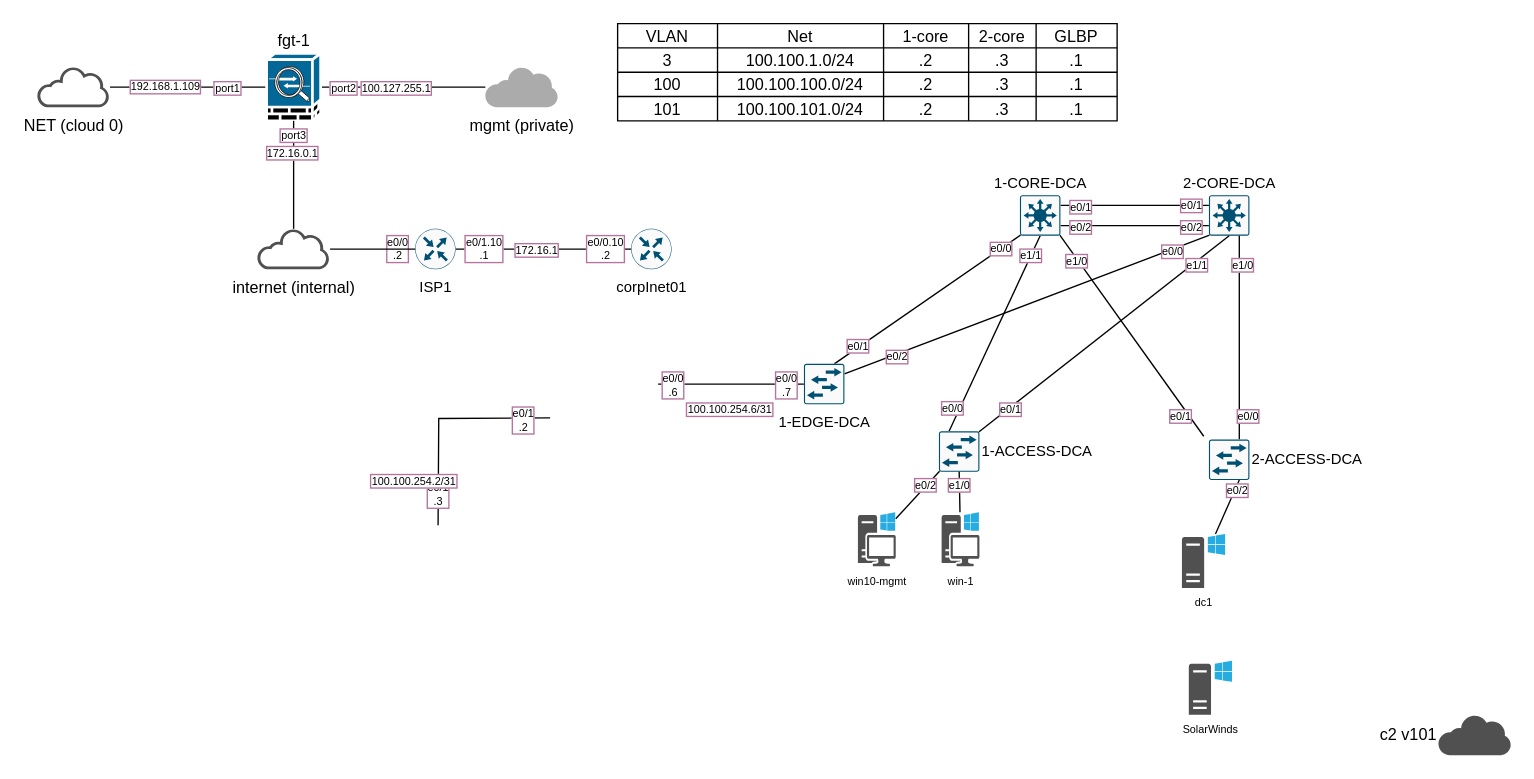
The draw.io diagram page "Overview" (3 of 5) of Lab_2.drawio in jtudong/drawings, before the edit. Source tidied: cells renumbered, new cells numbered last; positions are measured from the earlier drawing's top-left corner, leaving out a move shared by most shapes. Both pictures are drawn from the tidied source at 135%, with x=0, y=0 at pixel (36, 23).
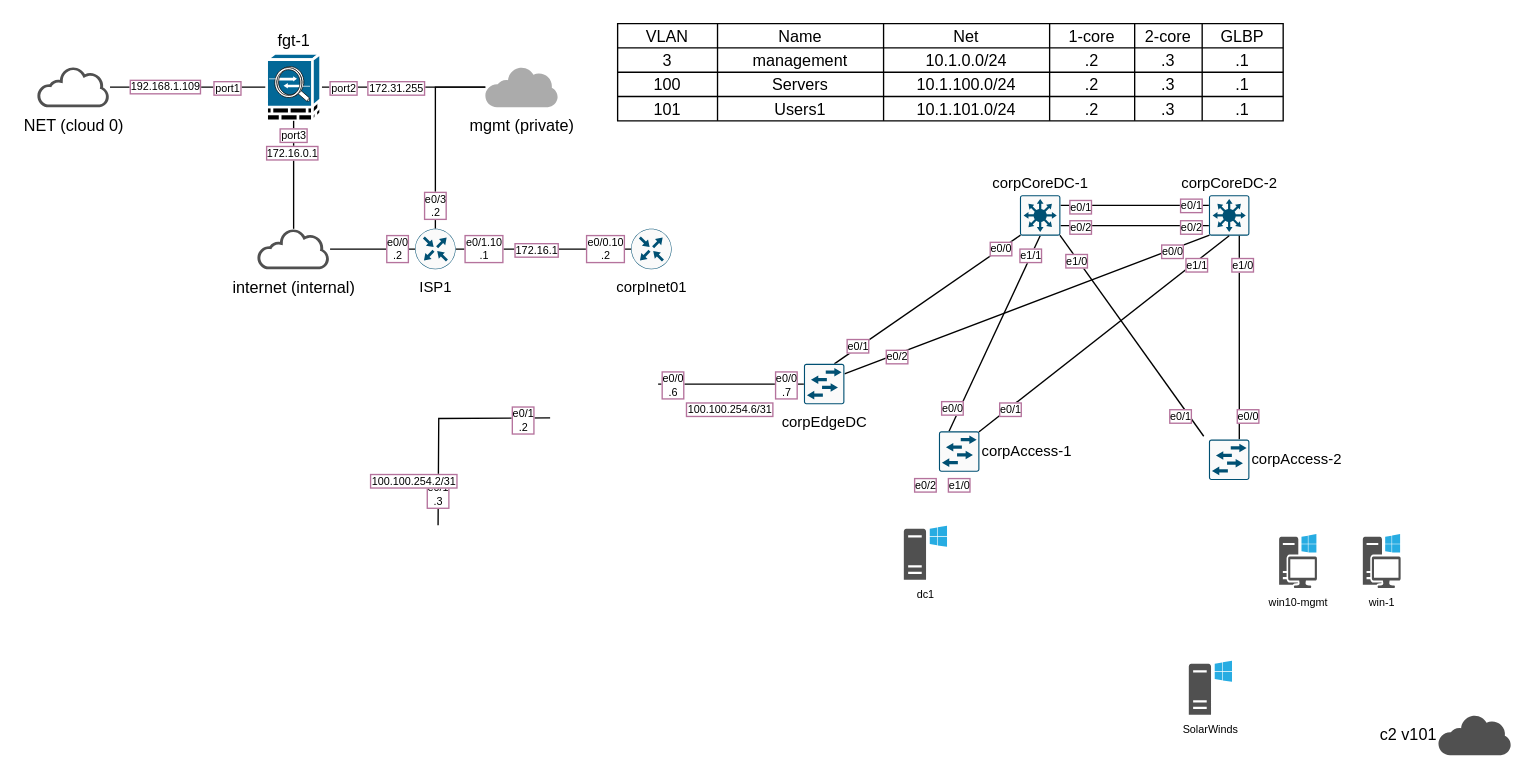
Above is the later version.

Unchanged cells that the change refers to:
```xml
<mxCell id="4" style="edgeStyle=orthogonalEdgeStyle;rounded=0;jettySize=auto;html=1;endFill=0;endArrow=none;" parent="1" edge="1" source="7" target="9">
  <mxGeometry relative="1" as="geometry" />
</mxCell>
<mxCell id="9" value="mgmt (private)" style="shadow=0;dashed=0;html=1;strokeColor=none;fillColor=#ABABAB;labelPosition=center;verticalLabelPosition=bottom;outlineConnect=0;verticalAlign=top;align=center;shape=mxgraph.office.clouds.private_cloud;fontColor=#000000;" parent="1" vertex="1">
  <mxGeometry x="332" y="32" width="54" height="30" as="geometry" />
</mxCell>
<mxCell id="10" style="edgeStyle=orthogonalEdgeStyle;rounded=0;jettySize=auto;html=1;endArrow=none;endFill=0;fontSize=11;" parent="1" edge="1" source="95" target="7">
  <mxGeometry relative="1" as="geometry" />
</mxCell>
<mxCell id="19" value="ISP1" style="points=[[0.5,0,0],[1,0.5,0],[0.5,1,0],[0,0.5,0],[0.145,0.145,0],[0.8555,0.145,0],[0.855,0.8555,0],[0.145,0.855,0]];verticalLabelPosition=bottom;html=1;verticalAlign=top;align=center;shape=mxgraph.cisco19.rect;prIcon=router;fillColor=#FAFAFA;strokeColor=#005073;labelBackgroundColor=#ffffff;fontSize=11;labelPosition=center;" parent="1" vertex="1">
  <mxGeometry x="280" y="152" width="30" height="30" as="geometry" />
</mxCell>
<mxCell id="95" value="internet (internal)" style="shadow=0;dashed=0;html=1;strokeColor=none;fillColor=#505050;labelPosition=center;verticalLabelPosition=bottom;outlineConnect=0;verticalAlign=top;align=center;shape=mxgraph.office.clouds.cloud;" parent="1" vertex="1">
  <mxGeometry x="163" y="152" width="54" height="30" as="geometry" />
</mxCell>
```

Change to the diagram source:
```diff
@@
+    <mxCell id="94" style="edgeStyle=orthogonalEdgeStyle;rounded=0;jettySize=auto;html=1;entryX=0;entryY=0.5;entryDx=0;entryDy=0;entryPerimeter=0;fontColor=#000000;endFill=0;endArrow=none;" parent="1" edge="1" source="95" target="19">
+      <mxGeometry relative="1" as="geometry" />
+    </mxCell>
@@
-    <mxCell id="6" value="100.127.255.1" style="edgeLabel;html=1;align=center;verticalAlign=middle;fontSize=8;labelBorderColor=#B5739D;" parent="4" vertex="1">
+    <mxCell id="6" value="172.31.255" style="edgeLabel;html=1;align=center;verticalAlign=middle;fontSize=8;labelBorderColor=#B5739D;" parent="4" vertex="1">
       <mxGeometry x="-0.17" y="-1" relative="1" as="geometry">
         <mxPoint x="4.2" y="-1" as="offset" />
       </mxGeometry>
     </mxCell>
@@
+    <mxCell id="96" style="edgeStyle=orthogonalEdgeStyle;rounded=0;jettySize=auto;html=1;entryX=0.5;entryY=0;entryDx=0;entryDy=0;entryPerimeter=0;endArrow=none;endFill=0;" parent="1" edge="1" source="9" target="19">
+      <mxGeometry relative="1" as="geometry" />
+    </mxCell>
@@
+    <mxCell id="97" value="e0/3&lt;br&gt;.2" style="edgeLabel;html=1;align=center;verticalAlign=middle;fontSize=8;labelBorderColor=#B5739D;absoluteArcSize=0;perimeter=rectanglePerimeter;" parent="10" vertex="1">
+      <mxGeometry x="-0.74" relative="1" as="geometry">
+        <mxPoint x="104" y="-8" as="offset" />
+      </mxGeometry>
+    </mxCell>
@@
-    <mxCell id="44" value="1-CORE-DCA" style="points=[[0.015,0.015,0],[0.985,0.015,0],[0.985,0.985,0],[0.015,0.985,0],[0.25,0,0],[0.5,0,0],[0.75,0,0],[1,0.25,0],[1,0.5,0],[1,0.75,0],[0.75,1,0],[0.5,1,0],[0.25,1,0],[0,0.75,0],[0,0.5,0],[0,0.25,0]];verticalLabelPosition=top;html=1;verticalAlign=bottom;align=center;shape=mxgraph.cisco19.rect;prIcon=l3_switch;fillColor=#FAFAFA;strokeColor=#005073;labelBackgroundColor=#ffffff;fontSize=11;labelPosition=center;" parent="1" vertex="1">
+    <mxCell id="44" value="corpCoreDC-1" style="points=[[0.015,0.015,0],[0.985,0.015,0],[0.985,0.985,0],[0.015,0.985,0],[0.25,0,0],[0.5,0,0],[0.75,0,0],[1,0.25,0],[1,0.5,0],[1,0.75,0],[0.75,1,0],[0.5,1,0],[0.25,1,0],[0,0.75,0],[0,0.5,0],[0,0.25,0]];verticalLabelPosition=top;html=1;verticalAlign=bottom;align=center;shape=mxgraph.cisco19.rect;prIcon=l3_switch;fillColor=#FAFAFA;strokeColor=#005073;labelBackgroundColor=#ffffff;fontSize=11;labelPosition=center;" parent="1" vertex="1">
       <mxGeometry x="728" y="127.1" width="30" height="30" as="geometry" />
     </mxCell>
@@
-    <mxCell id="48" value="2-CORE-DCA" style="points=[[0.015,0.015,0],[0.985,0.015,0],[0.985,0.985,0],[0.015,0.985,0],[0.25,0,0],[0.5,0,0],[0.75,0,0],[1,0.25,0],[1,0.5,0],[1,0.75,0],[0.75,1,0],[0.5,1,0],[0.25,1,0],[0,0.75,0],[0,0.5,0],[0,0.25,0]];verticalLabelPosition=top;html=1;verticalAlign=bottom;align=center;shape=mxgraph.cisco19.rect;prIcon=l3_switch;fillColor=#FAFAFA;strokeColor=#005073;labelBackgroundColor=#ffffff;fontSize=11;labelPosition=center;" parent="1" vertex="1">
+    <mxCell id="48" value="corpCoreDC-2" style="points=[[0.015,0.015,0],[0.985,0.015,0],[0.985,0.985,0],[0.015,0.985,0],[0.25,0,0],[0.5,0,0],[0.75,0,0],[1,0.25,0],[1,0.5,0],[1,0.75,0],[0.75,1,0],[0.5,1,0],[0.25,1,0],[0,0.75,0],[0,0.5,0],[0,0.25,0]];verticalLabelPosition=top;html=1;verticalAlign=bottom;align=center;shape=mxgraph.cisco19.rect;prIcon=l3_switch;fillColor=#FAFAFA;strokeColor=#005073;labelBackgroundColor=#ffffff;fontSize=11;labelPosition=center;" parent="1" vertex="1">
       <mxGeometry x="868" y="127.1" width="30" height="30" as="geometry" />
     </mxCell>
-    <mxCell id="49" value="1-EDGE-DCA" style="points=[[0.015,0.015,0],[0.985,0.015,0],[0.985,0.985,0],[0.015,0.985,0],[0.25,0,0],[0.5,0,0],[0.75,0,0],[1,0.25,0],[1,0.5,0],[1,0.75,0],[0.75,1,0],[0.5,1,0],[0.25,1,0],[0,0.75,0],[0,0.5,0],[0,0.25,0]];verticalLabelPosition=bottom;html=1;verticalAlign=top;align=center;shape=mxgraph.cisco19.rect;prIcon=l2_switch;fillColor=#FAFAFA;strokeColor=#005073;labelBackgroundColor=#ffffff;fontSize=11;" parent="1" vertex="1">
+    <mxCell id="49" value="corpEdgeDC" style="points=[[0.015,0.015,0],[0.985,0.015,0],[0.985,0.985,0],[0.015,0.985,0],[0.25,0,0],[0.5,0,0],[0.75,0,0],[1,0.25,0],[1,0.5,0],[1,0.75,0],[0.75,1,0],[0.5,1,0],[0.25,1,0],[0,0.75,0],[0,0.5,0],[0,0.25,0]];verticalLabelPosition=bottom;html=1;verticalAlign=top;align=center;shape=mxgraph.cisco19.rect;prIcon=l2_switch;fillColor=#FAFAFA;strokeColor=#005073;labelBackgroundColor=#ffffff;fontSize=11;" parent="1" vertex="1">
       <mxGeometry x="568" y="252" width="30" height="30" as="geometry" />
     </mxCell>
@@
-    <mxCell id="53" value="1-ACCESS-DCA" style="points=[[0.015,0.015,0],[0.985,0.015,0],[0.985,0.985,0],[0.015,0.985,0],[0.25,0,0],[0.5,0,0],[0.75,0,0],[1,0.25,0],[1,0.5,0],[1,0.75,0],[0.75,1,0],[0.5,1,0],[0.25,1,0],[0,0.75,0],[0,0.5,0],[0,0.25,0]];verticalLabelPosition=middle;html=1;verticalAlign=middle;align=left;shape=mxgraph.cisco19.rect;prIcon=l2_switch;fillColor=#FAFAFA;strokeColor=#005073;labelBackgroundColor=#ffffff;fontSize=11;labelPosition=right;" parent="1" vertex="1">
+    <mxCell id="53" value="corpAccess-1" style="points=[[0.015,0.015,0],[0.985,0.015,0],[0.985,0.985,0],[0.015,0.985,0],[0.25,0,0],[0.5,0,0],[0.75,0,0],[1,0.25,0],[1,0.5,0],[1,0.75,0],[0.75,1,0],[0.5,1,0],[0.25,1,0],[0,0.75,0],[0,0.5,0],[0,0.25,0]];verticalLabelPosition=middle;html=1;verticalAlign=middle;align=left;shape=mxgraph.cisco19.rect;prIcon=l2_switch;fillColor=#FAFAFA;strokeColor=#005073;labelBackgroundColor=#ffffff;fontSize=11;labelPosition=right;" parent="1" vertex="1">
       <mxGeometry x="668" y="302" width="30" height="30" as="geometry" />
     </mxCell>
@@
-    <mxCell id="57" value="2-ACCESS-DCA" style="points=[[0.015,0.015,0],[0.985,0.015,0],[0.985,0.985,0],[0.015,0.985,0],[0.25,0,0],[0.5,0,0],[0.75,0,0],[1,0.25,0],[1,0.5,0],[1,0.75,0],[0.75,1,0],[0.5,1,0],[0.25,1,0],[0,0.75,0],[0,0.5,0],[0,0.25,0]];verticalLabelPosition=middle;html=1;verticalAlign=middle;align=left;shape=mxgraph.cisco19.rect;prIcon=l2_switch;fillColor=#FAFAFA;strokeColor=#005073;labelBackgroundColor=#ffffff;fontSize=11;labelPosition=right;" parent="1" vertex="1">
+    <mxCell id="57" value="corpAccess-2" style="points=[[0.015,0.015,0],[0.985,0.015,0],[0.985,0.985,0],[0.015,0.985,0],[0.25,0,0],[0.5,0,0],[0.75,0,0],[1,0.25,0],[1,0.5,0],[1,0.75,0],[0.75,1,0],[0.5,1,0],[0.25,1,0],[0,0.75,0],[0,0.5,0],[0,0.25,0]];verticalLabelPosition=middle;html=1;verticalAlign=middle;align=left;shape=mxgraph.cisco19.rect;prIcon=l2_switch;fillColor=#FAFAFA;strokeColor=#005073;labelBackgroundColor=#ffffff;fontSize=11;labelPosition=right;" parent="1" vertex="1">
       <mxGeometry x="868" y="308.1" width="30" height="30" as="geometry" />
     </mxCell>
@@
-    <mxCell id="59" style="edgeStyle=none;jettySize=auto;html=1;entryX=0.015;entryY=0.985;entryDx=0;entryDy=0;entryPerimeter=0;endArrow=none;endFill=0;fontColor=#D9D9D9;" parent="1" edge="1" source="60" target="53">
-      <mxGeometry relative="1" as="geometry" />
-    </mxCell>
     <mxCell id="60" value="win10-mgmt" style="shadow=0;dashed=0;html=1;strokeColor=none;fillColor=#505050;labelPosition=center;verticalLabelPosition=bottom;verticalAlign=top;outlineConnect=0;align=center;shape=mxgraph.office.devices.workstation_pc;labelBackgroundColor=#ffffff;fontSize=8;" parent="1" vertex="1">
-      <mxGeometry x="608" y="362" width="28" height="40" as="geometry" />
+      <mxGeometry x="920" y="378.1" width="28" height="40" as="geometry" />
     </mxCell>
-    <mxCell id="61" style="edgeStyle=none;jettySize=auto;html=1;entryX=0.5;entryY=1;entryDx=0;entryDy=0;entryPerimeter=0;endArrow=none;endFill=0;fontColor=#D9D9D9;" parent="1" edge="1" source="62" target="53">
-      <mxGeometry relative="1" as="geometry" />
-    </mxCell>
     <mxCell id="62" value="win-1" style="shadow=0;dashed=0;html=1;strokeColor=none;fillColor=#505050;labelPosition=center;verticalLabelPosition=bottom;verticalAlign=top;outlineConnect=0;align=center;shape=mxgraph.office.devices.workstation_pc;labelBackgroundColor=#ffffff;fontSize=8;" parent="1" vertex="1">
-      <mxGeometry x="670" y="362" width="28" height="40" as="geometry" />
+      <mxGeometry x="982" y="378.1" width="28" height="40" as="geometry" />
     </mxCell>
@@
     <mxCell id="64" style="shape=table;html=1;whiteSpace=wrap;startSize=0;childLayout=tableLayout;fontSize=8;" parent="1" vertex="1">
-      <mxGeometry x="430" width="370" height="72" as="geometry" />
+      <mxGeometry x="430" width="493" height="72" as="geometry" />
     </mxCell>
     <mxCell id="65" style="shape=partialRectangle;html=1;whiteSpace=wrap;fillColor=none;top=0;left=0;bottom=0;right=0;fontSize=8;" parent="64" vertex="1">
-      <mxGeometry width="370" height="18" as="geometry" />
+      <mxGeometry width="493" height="18" as="geometry" />
     </mxCell>
@@
+    <mxCell id="98" value="Name" style="shape=partialRectangle;html=1;whiteSpace=wrap;overflow=hidden;fillColor=none;top=0;left=0;bottom=0;right=0;" parent="65" vertex="1">
+      <mxGeometry x="74" width="123" height="18" as="geometry" />
+    </mxCell>
     <mxCell id="67" value="Net" style="shape=partialRectangle;html=1;whiteSpace=wrap;overflow=hidden;fillColor=none;top=0;left=0;bottom=0;right=0;" parent="65" vertex="1">
-      <mxGeometry x="74" width="123" height="18" as="geometry" />
+      <mxGeometry x="197" width="123" height="18" as="geometry" />
     </mxCell>
     <mxCell id="68" value="1-core" style="shape=partialRectangle;html=1;whiteSpace=wrap;overflow=hidden;fillColor=none;top=0;left=0;bottom=0;right=0;" parent="65" vertex="1">
-      <mxGeometry x="197" width="63" height="18" as="geometry" />
+      <mxGeometry x="320" width="63" height="18" as="geometry" />
     </mxCell>
     <mxCell id="69" value="2-core" style="shape=partialRectangle;html=1;whiteSpace=wrap;overflow=hidden;fillColor=none;top=0;left=0;bottom=0;right=0;" parent="65" vertex="1">
-      <mxGeometry x="260" width="50" height="18" as="geometry" />
+      <mxGeometry x="383" width="50" height="18" as="geometry" />
     </mxCell>
     <mxCell id="70" value="GLBP" style="shape=partialRectangle;html=1;whiteSpace=wrap;overflow=hidden;fillColor=none;top=0;left=0;bottom=0;right=0;" parent="65" vertex="1">
-      <mxGeometry x="310" width="60" height="18" as="geometry" />
+      <mxGeometry x="433" width="60" height="18" as="geometry" />
     </mxCell>
     <mxCell id="71" style="shape=partialRectangle;html=1;whiteSpace=wrap;fillColor=none;top=0;left=0;bottom=0;right=0;" parent="64" vertex="1">
-      <mxGeometry y="18" width="370" height="18" as="geometry" />
+      <mxGeometry y="18" width="493" height="18" as="geometry" />
     </mxCell>
@@
+    <mxCell id="99" value="management" style="shape=partialRectangle;html=1;whiteSpace=wrap;overflow=hidden;fillColor=none;top=0;left=0;bottom=0;right=0;" parent="71" vertex="1">
+      <mxGeometry x="74" width="123" height="18" as="geometry" />
+    </mxCell>
-    <mxCell id="73" value="100.100.1.0/24" style="shape=partialRectangle;html=1;whiteSpace=wrap;overflow=hidden;fillColor=none;top=0;left=0;bottom=0;right=0;" parent="71" vertex="1">
-      <mxGeometry x="74" width="123" height="18" as="geometry" />
+    <mxCell id="73" value="10.1.0.0/24" style="shape=partialRectangle;html=1;whiteSpace=wrap;overflow=hidden;fillColor=none;top=0;left=0;bottom=0;right=0;" parent="71" vertex="1">
+      <mxGeometry x="197" width="123" height="18" as="geometry" />
     </mxCell>
     <mxCell id="74" value=".2" style="shape=partialRectangle;html=1;whiteSpace=wrap;overflow=hidden;fillColor=none;top=0;left=0;bottom=0;right=0;" parent="71" vertex="1">
-      <mxGeometry x="197" width="63" height="18" as="geometry" />
+      <mxGeometry x="320" width="63" height="18" as="geometry" />
     </mxCell>
     <mxCell id="75" value=".3" style="shape=partialRectangle;html=1;whiteSpace=wrap;overflow=hidden;fillColor=none;top=0;left=0;bottom=0;right=0;" parent="71" vertex="1">
-      <mxGeometry x="260" width="50" height="18" as="geometry" />
+      <mxGeometry x="383" width="50" height="18" as="geometry" />
     </mxCell>
     <mxCell id="76" value=".1" style="shape=partialRectangle;html=1;whiteSpace=wrap;overflow=hidden;fillColor=none;top=0;left=0;bottom=0;right=0;" parent="71" vertex="1">
-      <mxGeometry x="310" width="60" height="18" as="geometry" />
+      <mxGeometry x="433" width="60" height="18" as="geometry" />
     </mxCell>
     <mxCell id="77" style="shape=partialRectangle;html=1;whiteSpace=wrap;fillColor=none;top=0;left=0;bottom=0;right=0;" parent="64" vertex="1">
-      <mxGeometry y="36" width="370" height="18" as="geometry" />
+      <mxGeometry y="36" width="493" height="18" as="geometry" />
     </mxCell>
@@
+    <mxCell id="100" value="Servers" style="shape=partialRectangle;html=1;whiteSpace=wrap;overflow=hidden;fillColor=none;top=0;left=0;bottom=0;right=0;" parent="77" vertex="1">
+      <mxGeometry x="74" width="123" height="18" as="geometry" />
+    </mxCell>
-    <mxCell id="79" value="100.100.100.0/24" style="shape=partialRectangle;html=1;whiteSpace=wrap;overflow=hidden;fillColor=none;top=0;left=0;bottom=0;right=0;" parent="77" vertex="1">
-      <mxGeometry x="74" width="123" height="18" as="geometry" />
+    <mxCell id="79" value="10.1.100.0/24" style="shape=partialRectangle;html=1;whiteSpace=wrap;overflow=hidden;fillColor=none;top=0;left=0;bottom=0;right=0;" parent="77" vertex="1">
+      <mxGeometry x="197" width="123" height="18" as="geometry" />
     </mxCell>
     <mxCell id="80" value=".2" style="shape=partialRectangle;html=1;whiteSpace=wrap;overflow=hidden;fillColor=none;top=0;left=0;bottom=0;right=0;" parent="77" vertex="1">
-      <mxGeometry x="197" width="63" height="18" as="geometry" />
+      <mxGeometry x="320" width="63" height="18" as="geometry" />
     </mxCell>
     <mxCell id="81" value=".3" style="shape=partialRectangle;html=1;whiteSpace=wrap;overflow=hidden;fillColor=none;top=0;left=0;bottom=0;right=0;" parent="77" vertex="1">
-      <mxGeometry x="260" width="50" height="18" as="geometry" />
+      <mxGeometry x="383" width="50" height="18" as="geometry" />
     </mxCell>
     <mxCell id="82" value=".1" style="shape=partialRectangle;html=1;whiteSpace=wrap;overflow=hidden;fillColor=none;top=0;left=0;bottom=0;right=0;" parent="77" vertex="1">
-      <mxGeometry x="310" width="60" height="18" as="geometry" />
+      <mxGeometry x="433" width="60" height="18" as="geometry" />
     </mxCell>
     <mxCell id="83" style="shape=partialRectangle;html=1;whiteSpace=wrap;fillColor=none;top=0;left=0;bottom=0;right=0;" parent="64" vertex="1">
-      <mxGeometry y="54" width="370" height="18" as="geometry" />
+      <mxGeometry y="54" width="493" height="18" as="geometry" />
     </mxCell>
@@
+    <mxCell id="101" value="Users1" style="shape=partialRectangle;html=1;whiteSpace=wrap;overflow=hidden;fillColor=none;top=0;left=0;bottom=0;right=0;" parent="83" vertex="1">
+      <mxGeometry x="74" width="123" height="18" as="geometry" />
+    </mxCell>
-    <mxCell id="85" value="100.100.101.0/24" style="shape=partialRectangle;html=1;whiteSpace=wrap;overflow=hidden;fillColor=none;top=0;left=0;bottom=0;right=0;" parent="83" vertex="1">
-      <mxGeometry x="74" width="123" height="18" as="geometry" />
+    <mxCell id="85" value="10.1.101.0/24" style="shape=partialRectangle;html=1;whiteSpace=wrap;overflow=hidden;fillColor=none;top=0;left=0;bottom=0;right=0;" parent="83" vertex="1">
+      <mxGeometry x="197" width="123" height="18" as="geometry" />
     </mxCell>
     <mxCell id="86" value=".2" style="shape=partialRectangle;html=1;whiteSpace=wrap;overflow=hidden;fillColor=none;top=0;left=0;bottom=0;right=0;" parent="83" vertex="1">
-      <mxGeometry x="197" width="63" height="18" as="geometry" />
+      <mxGeometry x="320" width="63" height="18" as="geometry" />
     </mxCell>
     <mxCell id="87" value=".3" style="shape=partialRectangle;html=1;whiteSpace=wrap;overflow=hidden;fillColor=none;top=0;left=0;bottom=0;right=0;" parent="83" vertex="1">
-      <mxGeometry x="260" width="50" height="18" as="geometry" />
+      <mxGeometry x="383" width="50" height="18" as="geometry" />
     </mxCell>
     <mxCell id="88" value="&lt;font style=&quot;font-size: 12px&quot;&gt;.1&lt;/font&gt;" style="shape=partialRectangle;html=1;whiteSpace=wrap;overflow=hidden;fillColor=none;top=0;left=0;bottom=0;right=0;fontSize=8;" parent="83" vertex="1">
-      <mxGeometry x="310" width="60" height="18" as="geometry" />
+      <mxGeometry x="433" width="60" height="18" as="geometry" />
     </mxCell>
-    <mxCell id="89" style="edgeStyle=none;jettySize=auto;html=1;entryX=0.75;entryY=1;entryDx=0;entryDy=0;entryPerimeter=0;endArrow=none;endFill=0;fontColor=#D9D9D9;" parent="1" edge="1" source="91" target="57">
-      <mxGeometry relative="1" as="geometry" />
-    </mxCell>
-    <mxCell id="90" value="e0/2" style="edgeLabel;html=1;align=center;verticalAlign=middle;fontColor=#000000;fontSize=8;labelBorderColor=#B5739D;" parent="89" vertex="1">
-      <mxGeometry x="0.64" y="-1" relative="1" as="geometry" />
-    </mxCell>
     <mxCell id="91" value="dc1" style="shadow=0;dashed=0;html=1;strokeColor=none;fillColor=#505050;labelPosition=center;verticalLabelPosition=bottom;verticalAlign=top;outlineConnect=0;align=center;shape=mxgraph.office.servers.windows_server;labelBackgroundColor=#ffffff;fontSize=8;" parent="1" vertex="1">
-      <mxGeometry x="848" y="378.1" width="32" height="40" as="geometry" />
+      <mxGeometry x="642" y="372" width="32" height="40" as="geometry" />
     </mxCell>
@@
-    <mxCell id="94" style="edgeStyle=orthogonalEdgeStyle;rounded=0;jettySize=auto;html=1;entryX=0;entryY=0.5;entryDx=0;entryDy=0;entryPerimeter=0;fontColor=#000000;endFill=0;endArrow=none;" parent="1" edge="1" source="95" target="19">
-      <mxGeometry relative="1" as="geometry" />
-    </mxCell>
```
